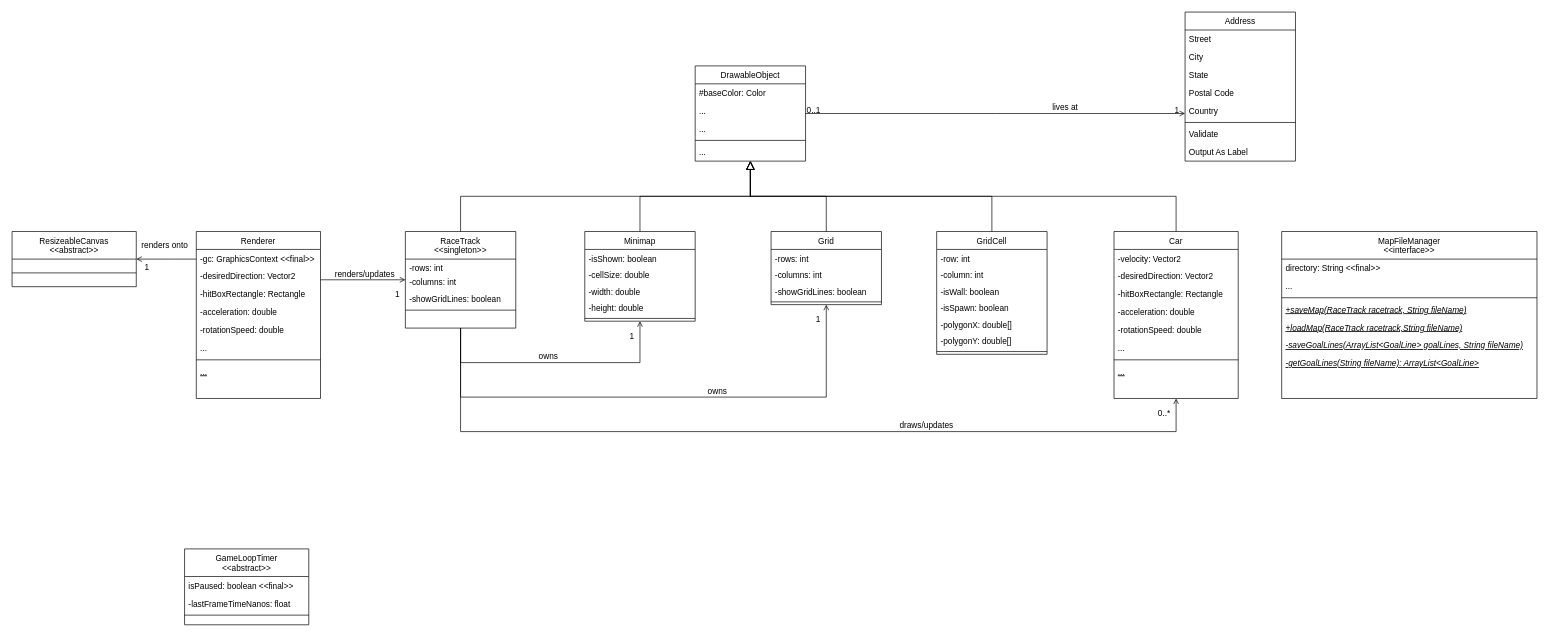
CommittingTreasonForGreatReason/NeuralNetwork2DCarController keeps this draw.io diagram as Class_Diagramm.drawio. Above is the earlier version. Source tidied: cells renumbered, new cells numbered last; positions are measured from the earlier drawing's top-left corner, leaving out a move shared by most shapes. Both pictures are drawn from the tidied source at 69%, with x=0, y=0 at pixel (12, 12).
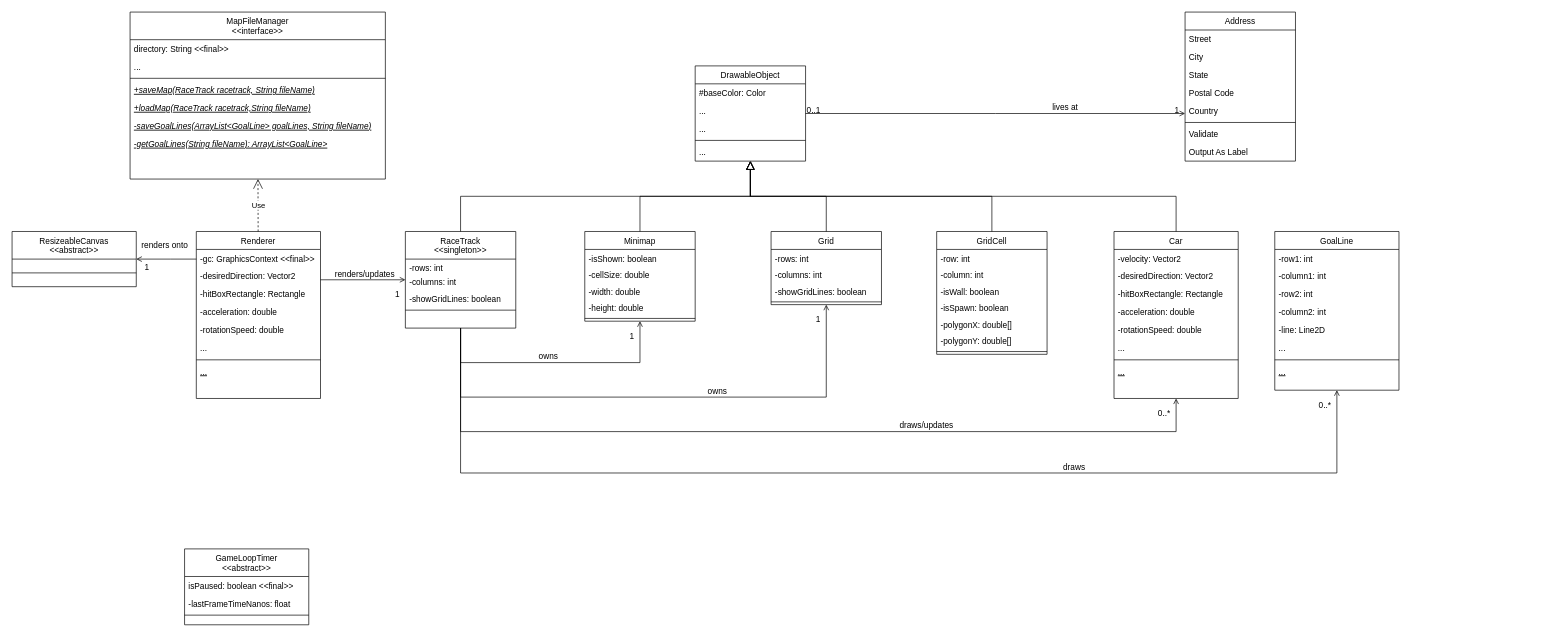
Above is the later version.

Unchanged cells that the change refers to:
```xml
<mxCell id="53" value="RaceTrack &#10;&lt;&lt;singleton&gt;&gt;" style="swimlane;fontStyle=0;align=center;verticalAlign=top;horizontal=1;startSize=40;rounded=0;shadow=0;strokeWidth=1;" parent="1" vertex="1">
  <mxGeometry x="570" y="318" width="160" height="140" as="geometry" />
</mxCell>
<mxCell id="83" value="Renderer" style="swimlane;fontStyle=0;align=center;verticalAlign=top;horizontal=1;startSize=26;rounded=0;shadow=0;strokeWidth=1;" parent="1" vertex="1">
  <mxGeometry x="267" y="318" width="180" height="242" as="geometry" />
</mxCell>
```

Diff of the diagram source:
```diff
@@
     <mxCell id="71" value="MapFileManager&#10;&lt;&lt;interface&gt;&gt;" style="swimlane;fontStyle=0;align=center;verticalAlign=top;horizontal=1;startSize=40;rounded=0;shadow=0;strokeWidth=1;" parent="1" vertex="1">
-      <mxGeometry x="1840" y="318" width="370" height="242" as="geometry" />
+      <mxGeometry x="171" width="370" height="242" as="geometry" />
     </mxCell>
@@
+    <mxCell id="102" value="Use" style="endArrow=open;endSize=12;dashed=1;html=1;" parent="1" edge="1" source="83" target="71">
+      <mxGeometry relative="1" as="geometry" />
+    </mxCell>
+    <mxCell id="103" value="GoalLine" style="swimlane;fontStyle=0;align=center;verticalAlign=top;horizontal=1;startSize=26;rounded=0;shadow=0;strokeWidth=1;" parent="1" vertex="1">
+      <mxGeometry x="1830" y="318" width="180" height="230" as="geometry" />
+    </mxCell>
+    <mxCell id="104" value="-row1: int" style="text;align=left;verticalAlign=top;spacingLeft=4;spacingRight=4;overflow=hidden;" parent="103" vertex="1">
+      <mxGeometry y="26" width="180" height="26" as="geometry" />
+    </mxCell>
+    <mxCell id="105" value="-column1: int" style="text;align=left;verticalAlign=top;spacingLeft=4;spacingRight=4;overflow=hidden;rounded=0;shadow=0;html=0;" parent="103" vertex="1">
+      <mxGeometry y="52" width="180" height="26" as="geometry" />
+    </mxCell>
+    <mxCell id="106" value="-row2: int" style="text;align=left;verticalAlign=top;spacingLeft=4;spacingRight=4;overflow=hidden;rounded=0;shadow=0;html=0;" parent="103" vertex="1">
+      <mxGeometry y="78" width="180" height="26" as="geometry" />
+    </mxCell>
+    <mxCell id="107" value="-column2: int" style="text;align=left;verticalAlign=top;spacingLeft=4;spacingRight=4;overflow=hidden;rounded=0;shadow=0;html=0;" parent="103" vertex="1">
+      <mxGeometry y="104" width="180" height="26" as="geometry" />
+    </mxCell>
+    <mxCell id="108" value="-line: Line2D" style="text;align=left;verticalAlign=top;spacingLeft=4;spacingRight=4;overflow=hidden;rounded=0;shadow=0;html=0;" parent="103" vertex="1">
+      <mxGeometry y="130" width="180" height="26" as="geometry" />
+    </mxCell>
+    <mxCell id="109" value="..." style="text;align=left;verticalAlign=top;spacingLeft=4;spacingRight=4;overflow=hidden;rounded=0;shadow=0;html=0;" parent="103" vertex="1">
+      <mxGeometry y="156" width="180" height="26" as="geometry" />
+    </mxCell>
+    <mxCell id="110" style="line;html=1;strokeWidth=1;align=left;verticalAlign=middle;spacingTop=-1;spacingLeft=3;spacingRight=3;labelPosition=right;" parent="103" vertex="1">
+      <mxGeometry y="182" width="180" height="8" as="geometry" />
+    </mxCell>
+    <mxCell id="111" value="..." style="text;align=left;verticalAlign=top;spacingLeft=4;spacingRight=4;overflow=hidden;fontStyle=4;" parent="103" vertex="1">
+      <mxGeometry y="190" width="180" height="26" as="geometry" />
+    </mxCell>
+    <mxCell id="112" style="endArrow=open;shadow=0;strokeWidth=1;rounded=0;endFill=1;edgeStyle=elbowEdgeStyle;elbow=vertical;" parent="1" edge="1" source="53" target="103">
+      <mxGeometry x="0.5" y="41" relative="1" as="geometry">
+        <Array as="points">
+          <mxPoint x="1290" y="668" />
+        </Array>
+        <mxPoint x="-40" y="32" as="offset" />
+      </mxGeometry>
+    </mxCell>
+    <mxCell id="113" style="align=left;verticalAlign=bottom;labelBackgroundColor=none;fontSize=12;" parent="112" vertex="1">
+      <mxGeometry x="-1" relative="1" as="geometry">
+        <mxPoint y="20" as="offset" />
+      </mxGeometry>
+    </mxCell>
+    <mxCell id="114" value="0..*" style="align=right;verticalAlign=bottom;labelBackgroundColor=none;fontSize=12;" parent="112" vertex="1">
+      <mxGeometry x="1" relative="1" as="geometry">
+        <mxPoint x="-7" y="30" as="offset" />
+      </mxGeometry>
+    </mxCell>
+    <mxCell id="115" value="draws" style="text;html=1;align=center;verticalAlign=middle;labelBackgroundColor=none;rounded=0;shadow=0;strokeWidth=1;fontSize=12;" parent="112" vertex="1">
+      <mxGeometry x="0.5" y="49" relative="1" as="geometry">
+        <mxPoint x="-102" y="40" as="offset" />
+      </mxGeometry>
+    </mxCell>
```
